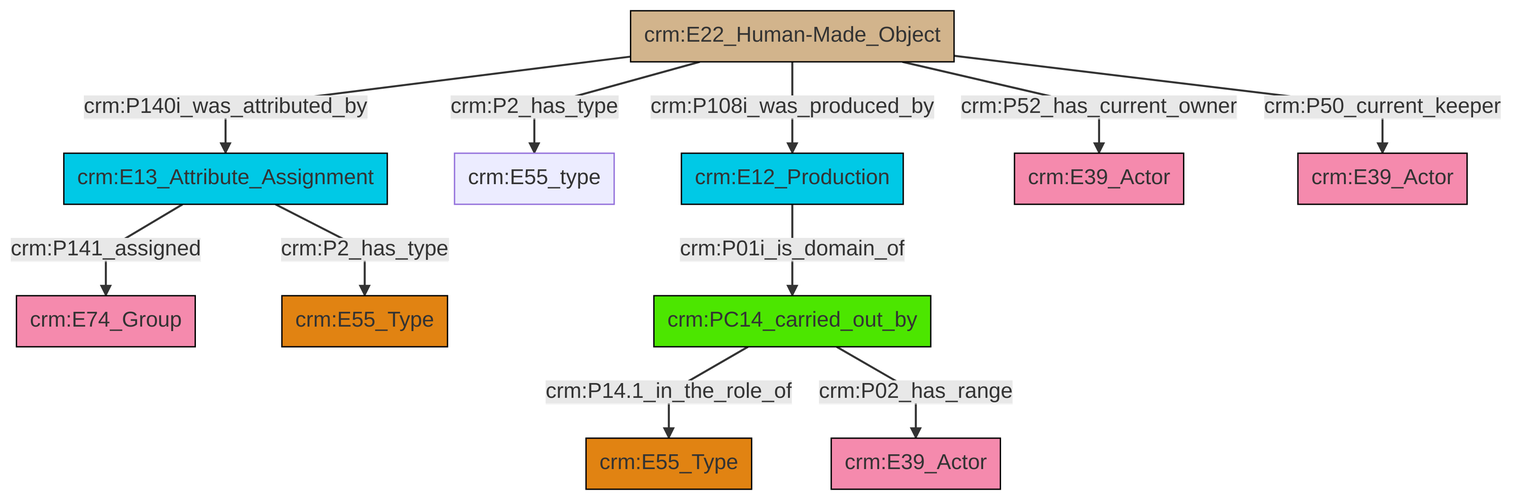
Earlier version of the Mermaid export et/artworkCSV/ttl/mmd/png/Artwork_Actor_Relations.png (swiss-art-research-net/docs.swissartresearch). Its source is kept beside it as et/artworkCSV/ttl/mmd/Artwork_Actor_Relations.ttl.mmd.
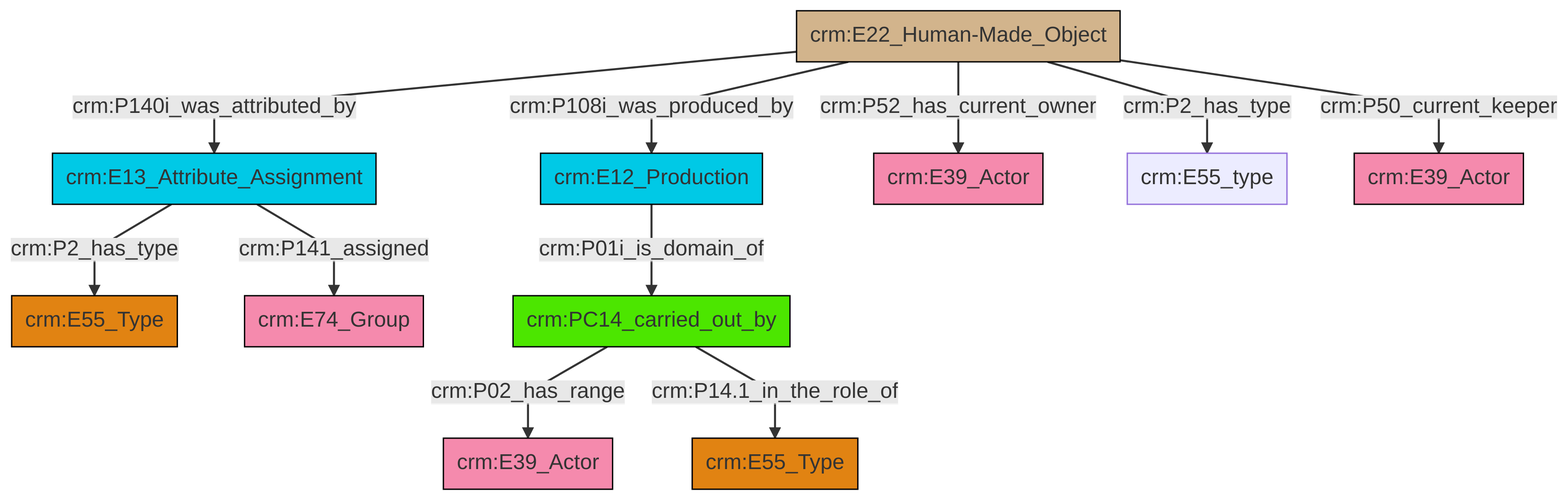
The same file after the commit.

Change to the diagram source:
```diff
@@ -14,12 +14,12 @@
 classDef Multi fill:#cccccc,stroke:#000000;
 
 2["crm:E13_Attribute_Assignment"]:::Temporal_Entity -->|crm:P141_assigned| 3["crm:E74_Group"]:::Actor
-6["crm:E22_Human-Made_Object"]:::Physical_Thing -->|crm:P108i_was_produced_by| 7["crm:E12_Production"]:::Temporal_Entity
-6["crm:E22_Human-Made_Object"]:::Physical_Thing -->|crm:P52_has_current_owner| 9["crm:E39_Actor"]:::Actor
-6["crm:E22_Human-Made_Object"]:::Physical_Thing -->|crm:P50_current_keeper| 10["crm:E39_Actor"]:::Actor
-13["crm:PC14_carried_out_by"]:::PC_Classes -->|crm:P14.1_in_the_role_of| 14["crm:E55_Type"]:::Type
-7["crm:E12_Production"]:::Temporal_Entity -->|crm:P01i_is_domain_of| 13["crm:PC14_carried_out_by"]:::PC_Classes
-6["crm:E22_Human-Made_Object"]:::Physical_Thing -->|crm:P140i_was_attributed_by| 2["crm:E13_Attribute_Assignment"]:::Temporal_Entity
-13["crm:PC14_carried_out_by"]:::PC_Classes -->|crm:P02_has_range| 0["crm:E39_Actor"]:::Actor
-2["crm:E13_Attribute_Assignment"]:::Temporal_Entity -->|crm:P2_has_type| 11["crm:E55_Type"]:::Type
-6["crm:E22_Human-Made_Object"]:::Physical_Thing -->|crm:P2_has_type| 4["crm:E55_type"]:::Default
+4["crm:E22_Human-Made_Object"]:::Physical_Thing -->|crm:P108i_was_produced_by| 5["crm:E12_Production"]:::Temporal_Entity
+6["crm:PC14_carried_out_by"]:::PC_Classes -->|crm:P02_has_range| 7["crm:E39_Actor"]:::Actor
+4["crm:E22_Human-Made_Object"]:::Physical_Thing -->|crm:P52_has_current_owner| 10["crm:E39_Actor"]:::Actor
+6["crm:PC14_carried_out_by"]:::PC_Classes -->|crm:P14.1_in_the_role_of| 15["crm:E55_Type"]:::Type
+4["crm:E22_Human-Made_Object"]:::Physical_Thing -->|crm:P50_current_keeper| 19["crm:E39_Actor"]:::Actor
+2["crm:E13_Attribute_Assignment"]:::Temporal_Entity -->|crm:P2_has_type| 0["crm:E55_Type"]:::Type
+5["crm:E12_Production"]:::Temporal_Entity -->|crm:P01i_is_domain_of| 6["crm:PC14_carried_out_by"]:::PC_Classes
+4["crm:E22_Human-Made_Object"]:::Physical_Thing -->|crm:P140i_was_attributed_by| 2["crm:E13_Attribute_Assignment"]:::Temporal_Entity
+4["crm:E22_Human-Made_Object"]:::Physical_Thing -->|crm:P2_has_type| 17["crm:E55_type"]:::Default
```
